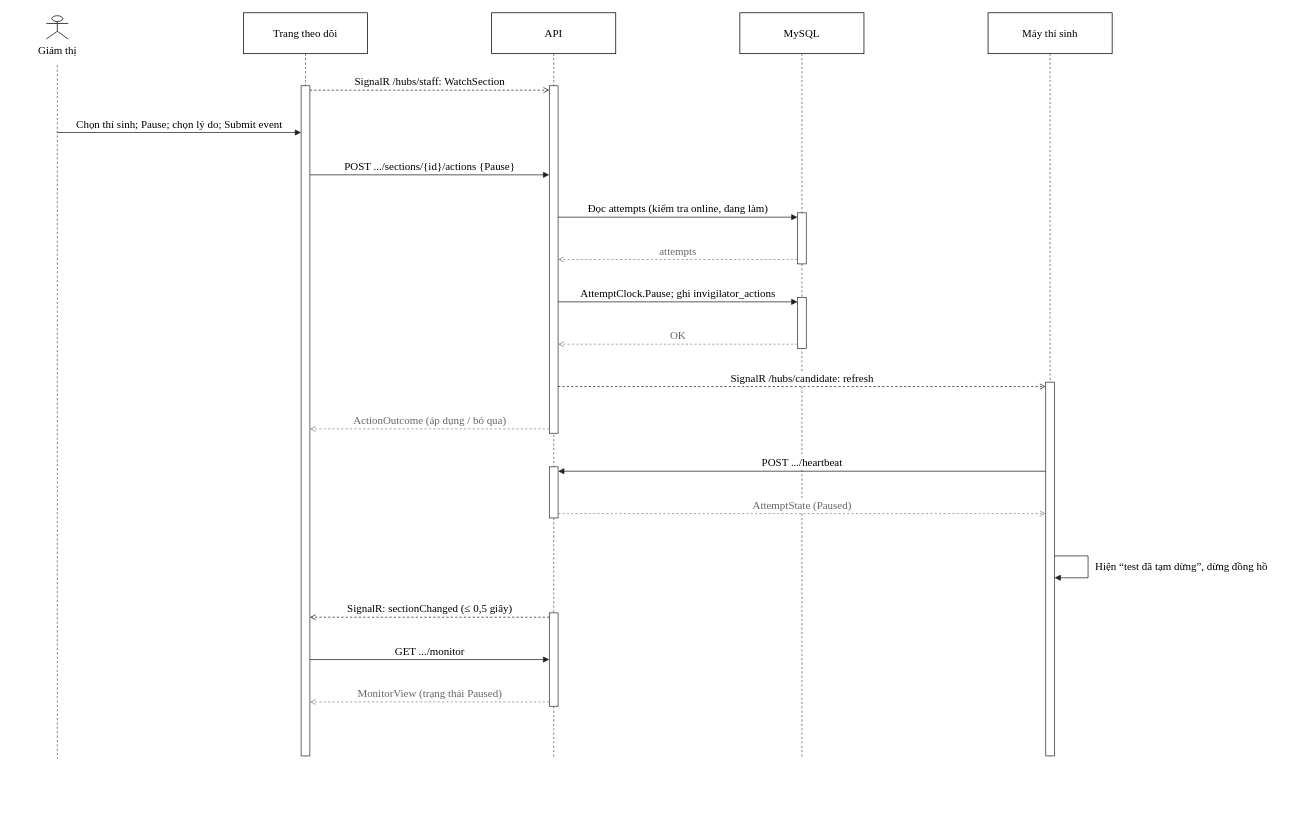
Above: thesis/diagrams/seq-invigilator-pause.drawio in trhlow/cambridge-exam-prep (draw.io), before the change. Source tidied: cells renumbered, new cells numbered last; positions are measured from the earlier drawing's top-left corner, leaving out a move shared by most shapes. Both pictures are drawn from the tidied source at 73%, with x=0, y=0 at pixel (46, 12).
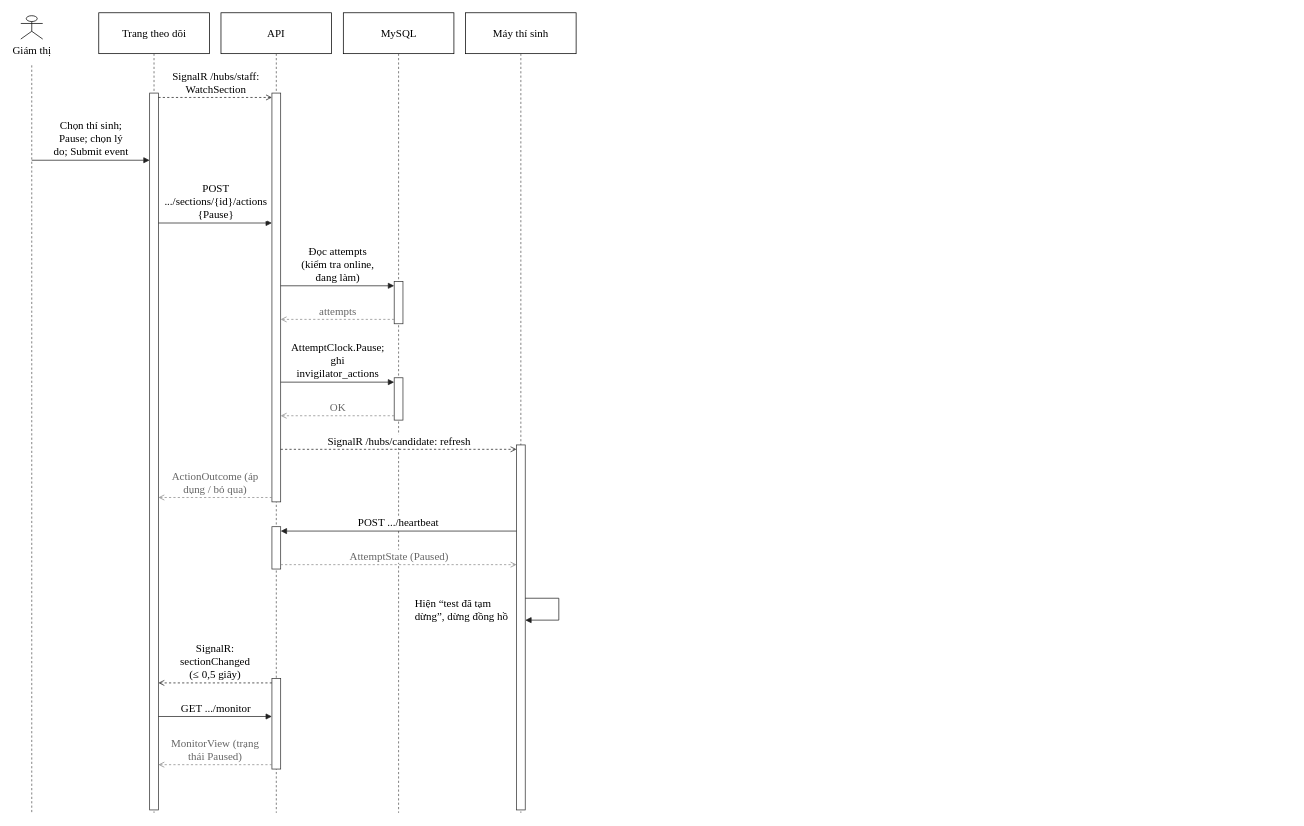
After the change.

Change to the diagram source:
```diff
@@
     <mxCell id="2" value="Giám thị" style="shape=umlActor;verticalLabelPosition=bottom;verticalAlign=top;html=1;fontFamily=Times New Roman;fontSize=15;" parent="1" vertex="1">
-      <mxGeometry y="4" width="30" height="32" as="geometry" />
+      <mxGeometry x="-35" y="4" width="30" height="32" as="geometry" />
     </mxCell>
     <mxCell id="3" style="endArrow=none;dashed=1;html=1;strokeColor=#555555;" parent="1" edge="1">
       <mxGeometry relative="1" as="geometry">
-        <mxPoint x="15" y="72" as="sourcePoint" />
-        <mxPoint x="15" y="1022" as="targetPoint" />
+        <mxPoint x="-20" y="72" as="sourcePoint" />
+        <mxPoint x="-20" y="1096" as="targetPoint" />
       </mxGeometry>
     </mxCell>
     <mxCell id="4" value="Trang theo dõi" style="rounded=0;whiteSpace=wrap;html=1;fontFamily=Times New Roman;fontSize=15;" parent="1" vertex="1">
-      <mxGeometry x="270" width="170" height="56" as="geometry" />
+      <mxGeometry x="71.8" width="151.5" height="56" as="geometry" />
     </mxCell>
     <mxCell id="5" style="endArrow=none;dashed=1;html=1;strokeColor=#555555;" parent="1" edge="1">
       <mxGeometry relative="1" as="geometry">
-        <mxPoint x="355" y="56" as="sourcePoint" />
-        <mxPoint x="355" y="1022" as="targetPoint" />
+        <mxPoint x="147.5" y="56" as="sourcePoint" />
+        <mxPoint x="147.5" y="1096" as="targetPoint" />
       </mxGeometry>
     </mxCell>
     <mxCell id="6" value="API" style="rounded=0;whiteSpace=wrap;html=1;fontFamily=Times New Roman;fontSize=15;" parent="1" vertex="1">
-      <mxGeometry x="610" width="170" height="56" as="geometry" />
+      <mxGeometry x="239.2" width="151.5" height="56" as="geometry" />
     </mxCell>
     <mxCell id="7" style="endArrow=none;dashed=1;html=1;strokeColor=#555555;" parent="1" edge="1">
       <mxGeometry relative="1" as="geometry">
-        <mxPoint x="695" y="56" as="sourcePoint" />
-        <mxPoint x="695" y="1022" as="targetPoint" />
+        <mxPoint x="315" y="56" as="sourcePoint" />
+        <mxPoint x="315" y="1096" as="targetPoint" />
       </mxGeometry>
     </mxCell>
     <mxCell id="8" value="MySQL" style="rounded=0;whiteSpace=wrap;html=1;fontFamily=Times New Roman;fontSize=15;" parent="1" vertex="1">
-      <mxGeometry x="950" width="170" height="56" as="geometry" />
+      <mxGeometry x="406.8" width="151.5" height="56" as="geometry" />
     </mxCell>
     <mxCell id="9" style="endArrow=none;dashed=1;html=1;strokeColor=#555555;" parent="1" edge="1">
       <mxGeometry relative="1" as="geometry">
-        <mxPoint x="1035" y="56" as="sourcePoint" />
-        <mxPoint x="1035" y="1022" as="targetPoint" />
+        <mxPoint x="482.5" y="56" as="sourcePoint" />
+        <mxPoint x="482.5" y="1096" as="targetPoint" />
       </mxGeometry>
     </mxCell>
     <mxCell id="10" value="Máy thí sinh" style="rounded=0;whiteSpace=wrap;html=1;fontFamily=Times New Roman;fontSize=15;" parent="1" vertex="1">
-      <mxGeometry x="1290" width="170" height="56" as="geometry" />
+      <mxGeometry x="574.2" width="151.5" height="56" as="geometry" />
     </mxCell>
     <mxCell id="11" style="endArrow=none;dashed=1;html=1;strokeColor=#555555;" parent="1" edge="1">
       <mxGeometry relative="1" as="geometry">
-        <mxPoint x="1375" y="56" as="sourcePoint" />
-        <mxPoint x="1375" y="1022" as="targetPoint" />
+        <mxPoint x="650" y="56" as="sourcePoint" />
+        <mxPoint x="650" y="1096" as="targetPoint" />
       </mxGeometry>
     </mxCell>
     <mxCell id="12" style="rounded=0;whiteSpace=wrap;html=1;fillColor=#ffffff;strokeColor=#333333;" parent="1" vertex="1">
-      <mxGeometry x="1029" y="274" width="12" height="70" as="geometry" />
+      <mxGeometry x="476.5" y="368" width="12" height="58" as="geometry" />
     </mxCell>
     <mxCell id="13" style="rounded=0;whiteSpace=wrap;html=1;fillColor=#ffffff;strokeColor=#333333;" parent="1" vertex="1">
-      <mxGeometry x="1029" y="390" width="12" height="70" as="geometry" />
+      <mxGeometry x="476.5" y="500" width="12" height="58" as="geometry" />
     </mxCell>
     <mxCell id="14" style="rounded=0;whiteSpace=wrap;html=1;fillColor=#ffffff;strokeColor=#333333;" parent="1" vertex="1">
-      <mxGeometry x="689" y="100" width="12" height="476" as="geometry" />
+      <mxGeometry x="309" y="110" width="12" height="560" as="geometry" />
     </mxCell>
     <mxCell id="15" style="rounded=0;whiteSpace=wrap;html=1;fillColor=#ffffff;strokeColor=#333333;" parent="1" vertex="1">
-      <mxGeometry x="689" y="622" width="12" height="70" as="geometry" />
+      <mxGeometry x="309" y="704" width="12" height="58" as="geometry" />
     </mxCell>
     <mxCell id="16" style="rounded=0;whiteSpace=wrap;html=1;fillColor=#ffffff;strokeColor=#333333;" parent="1" vertex="1">
-      <mxGeometry x="689" y="822" width="12" height="128" as="geometry" />
+      <mxGeometry x="309" y="912" width="12" height="124" as="geometry" />
     </mxCell>
     <mxCell id="17" style="rounded=0;whiteSpace=wrap;html=1;fillColor=#ffffff;strokeColor=#333333;" parent="1" vertex="1">
-      <mxGeometry x="349" y="100" width="12" height="918" as="geometry" />
+      <mxGeometry x="141.5" y="110" width="12" height="982" as="geometry" />
     </mxCell>
     <mxCell id="18" style="rounded=0;whiteSpace=wrap;html=1;fillColor=#ffffff;strokeColor=#333333;" parent="1" vertex="1">
-      <mxGeometry x="1369" y="506" width="12" height="512" as="geometry" />
+      <mxGeometry x="644" y="592" width="12" height="500" as="geometry" />
     </mxCell>
-    <mxCell id="19" value="SignalR /hubs/staff: WatchSection" style="endArrow=open;dashed=1;html=1;rounded=0;strokeColor=#222222;fontFamily=Times New Roman;fontSize=15;labelBackgroundColor=#ffffff;verticalAlign=bottom;" parent="1" edge="1">
+    <mxCell id="19" value="SignalR /hubs/staff:&#10;WatchSection" style="endArrow=open;dashed=1;html=1;rounded=0;strokeColor=#222222;fontFamily=Times New Roman;fontSize=15;labelBackgroundColor=#ffffff;verticalAlign=bottom;" parent="1" edge="1">
       <mxGeometry relative="1" as="geometry">
-        <mxPoint x="361" y="106" as="sourcePoint" />
-        <mxPoint x="689" y="106" as="targetPoint" />
+        <mxPoint x="153.5" y="116" as="sourcePoint" />
+        <mxPoint x="309" y="116" as="targetPoint" />
       </mxGeometry>
     </mxCell>
-    <mxCell id="20" value="Chọn thí sinh; Pause; chọn lý do; Submit event" style="endArrow=block;endFill=1;html=1;rounded=0;strokeColor=#222222;fontFamily=Times New Roman;fontSize=15;labelBackgroundColor=#ffffff;verticalAlign=bottom;" parent="1" edge="1">
+    <mxCell id="20" value="Chọn thí sinh;&#10;Pause; chọn lý&#10;do; Submit event" style="endArrow=block;endFill=1;html=1;rounded=0;strokeColor=#222222;fontFamily=Times New Roman;fontSize=15;labelBackgroundColor=#ffffff;verticalAlign=bottom;" parent="1" edge="1">
       <mxGeometry relative="1" as="geometry">
-        <mxPoint x="15" y="164" as="sourcePoint" />
-        <mxPoint x="349" y="164" as="targetPoint" />
+        <mxPoint x="-20" y="202" as="sourcePoint" />
+        <mxPoint x="141.5" y="202" as="targetPoint" />
       </mxGeometry>
     </mxCell>
-    <mxCell id="21" value="POST .../sections/{id}/actions {Pause}" style="endArrow=block;endFill=1;html=1;rounded=0;strokeColor=#222222;fontFamily=Times New Roman;fontSize=15;labelBackgroundColor=#ffffff;verticalAlign=bottom;" parent="1" edge="1">
+    <mxCell id="21" value="POST&#10;.../sections/{id}/actions&#10;{Pause}" style="endArrow=block;endFill=1;html=1;rounded=0;strokeColor=#222222;fontFamily=Times New Roman;fontSize=15;labelBackgroundColor=#ffffff;verticalAlign=bottom;" parent="1" edge="1">
       <mxGeometry relative="1" as="geometry">
-        <mxPoint x="361" y="222" as="sourcePoint" />
-        <mxPoint x="689" y="222" as="targetPoint" />
+        <mxPoint x="153.5" y="288" as="sourcePoint" />
+        <mxPoint x="309" y="288" as="targetPoint" />
       </mxGeometry>
     </mxCell>
-    <mxCell id="22" value="Đọc attempts (kiểm tra online, đang làm)" style="endArrow=block;endFill=1;html=1;rounded=0;strokeColor=#222222;fontFamily=Times New Roman;fontSize=15;labelBackgroundColor=#ffffff;verticalAlign=bottom;" parent="1" edge="1">
+    <mxCell id="22" value="Đọc attempts&#10;(kiểm tra online,&#10;đang làm)" style="endArrow=block;endFill=1;html=1;rounded=0;strokeColor=#222222;fontFamily=Times New Roman;fontSize=15;labelBackgroundColor=#ffffff;verticalAlign=bottom;" parent="1" edge="1">
       <mxGeometry relative="1" as="geometry">
-        <mxPoint x="701" y="280" as="sourcePoint" />
-        <mxPoint x="1029" y="280" as="targetPoint" />
+        <mxPoint x="321" y="374" as="sourcePoint" />
+        <mxPoint x="476.5" y="374" as="targetPoint" />
       </mxGeometry>
     </mxCell>
     <mxCell id="23" value="attempts" style="endArrow=open;dashed=1;html=1;rounded=0;strokeColor=#888888;fontColor=#666666;fontFamily=Times New Roman;fontSize=15;labelBackgroundColor=#ffffff;verticalAlign=bottom;" parent="1" edge="1">
       <mxGeometry relative="1" as="geometry">
-        <mxPoint x="1029" y="338" as="sourcePoint" />
-        <mxPoint x="701" y="338" as="targetPoint" />
+        <mxPoint x="476.5" y="420" as="sourcePoint" />
+        <mxPoint x="321" y="420" as="targetPoint" />
       </mxGeometry>
     </mxCell>
-    <mxCell id="24" value="AttemptClock.Pause; ghi invigilator_actions" style="endArrow=block;endFill=1;html=1;rounded=0;strokeColor=#222222;fontFamily=Times New Roman;fontSize=15;labelBackgroundColor=#ffffff;verticalAlign=bottom;" parent="1" edge="1">
+    <mxCell id="24" value="AttemptClock.Pause;&#10;ghi&#10;invigilator_actions" style="endArrow=block;endFill=1;html=1;rounded=0;strokeColor=#222222;fontFamily=Times New Roman;fontSize=15;labelBackgroundColor=#ffffff;verticalAlign=bottom;" parent="1" edge="1">
       <mxGeometry relative="1" as="geometry">
-        <mxPoint x="701" y="396" as="sourcePoint" />
-        <mxPoint x="1029" y="396" as="targetPoint" />
+        <mxPoint x="321" y="506" as="sourcePoint" />
+        <mxPoint x="476.5" y="506" as="targetPoint" />
       </mxGeometry>
     </mxCell>
     <mxCell id="25" value="OK" style="endArrow=open;dashed=1;html=1;rounded=0;strokeColor=#888888;fontColor=#666666;fontFamily=Times New Roman;fontSize=15;labelBackgroundColor=#ffffff;verticalAlign=bottom;" parent="1" edge="1">
       <mxGeometry relative="1" as="geometry">
-        <mxPoint x="1029" y="454" as="sourcePoint" />
-        <mxPoint x="701" y="454" as="targetPoint" />
+        <mxPoint x="476.5" y="552" as="sourcePoint" />
+        <mxPoint x="321" y="552" as="targetPoint" />
       </mxGeometry>
     </mxCell>
     <mxCell id="26" value="SignalR /hubs/candidate: refresh" style="endArrow=open;dashed=1;html=1;rounded=0;strokeColor=#222222;fontFamily=Times New Roman;fontSize=15;labelBackgroundColor=#ffffff;verticalAlign=bottom;" parent="1" edge="1">
       <mxGeometry relative="1" as="geometry">
-        <mxPoint x="701" y="512" as="sourcePoint" />
-        <mxPoint x="1369" y="512" as="targetPoint" />
+        <mxPoint x="321" y="598" as="sourcePoint" />
+        <mxPoint x="644" y="598" as="targetPoint" />
       </mxGeometry>
     </mxCell>
-    <mxCell id="27" value="ActionOutcome (áp dụng / bỏ qua)" style="endArrow=open;dashed=1;html=1;rounded=0;strokeColor=#888888;fontColor=#666666;fontFamily=Times New Roman;fontSize=15;labelBackgroundColor=#ffffff;verticalAlign=bottom;" parent="1" edge="1">
+    <mxCell id="27" value="ActionOutcome (áp&#10;dụng / bỏ qua)" style="endArrow=open;dashed=1;html=1;rounded=0;strokeColor=#888888;fontColor=#666666;fontFamily=Times New Roman;fontSize=15;labelBackgroundColor=#ffffff;verticalAlign=bottom;" parent="1" edge="1">
       <mxGeometry relative="1" as="geometry">
-        <mxPoint x="689" y="570" as="sourcePoint" />
-        <mxPoint x="361" y="570" as="targetPoint" />
+        <mxPoint x="309" y="664" as="sourcePoint" />
+        <mxPoint x="153.5" y="664" as="targetPoint" />
       </mxGeometry>
     </mxCell>
     <mxCell id="28" value="POST .../heartbeat" style="endArrow=block;endFill=1;html=1;rounded=0;strokeColor=#222222;fontFamily=Times New Roman;fontSize=15;labelBackgroundColor=#ffffff;verticalAlign=bottom;" parent="1" edge="1">
       <mxGeometry relative="1" as="geometry">
-        <mxPoint x="1369" y="628" as="sourcePoint" />
-        <mxPoint x="701" y="628" as="targetPoint" />
+        <mxPoint x="644" y="710" as="sourcePoint" />
+        <mxPoint x="321" y="710" as="targetPoint" />
       </mxGeometry>
     </mxCell>
     <mxCell id="29" value="AttemptState (Paused)" style="endArrow=open;dashed=1;html=1;rounded=0;strokeColor=#888888;fontColor=#666666;fontFamily=Times New Roman;fontSize=15;labelBackgroundColor=#ffffff;verticalAlign=bottom;" parent="1" edge="1">
       <mxGeometry relative="1" as="geometry">
-        <mxPoint x="701" y="686" as="sourcePoint" />
-        <mxPoint x="1369" y="686" as="targetPoint" />
+        <mxPoint x="321" y="756" as="sourcePoint" />
+        <mxPoint x="644" y="756" as="targetPoint" />
       </mxGeometry>
     </mxCell>
     <mxCell id="30" style="endArrow=block;endFill=1;html=1;rounded=0;strokeColor=#222222;fontFamily=Times New Roman;fontSize=15;labelBackgroundColor=#ffffff;verticalAlign=bottom;" parent="1" edge="1">
       <mxGeometry relative="1" as="geometry">
-        <mxPoint x="1381" y="744" as="sourcePoint" />
-        <mxPoint x="1381" y="774" as="targetPoint" />
+        <mxPoint x="656" y="802" as="sourcePoint" />
+        <mxPoint x="656" y="832" as="targetPoint" />
         <Array as="points">
-          <mxPoint x="1427" y="744" />
-          <mxPoint x="1427" y="774" />
+          <mxPoint x="702" y="802" />
+          <mxPoint x="702" y="832" />
         </Array>
       </mxGeometry>
     </mxCell>
-    <mxCell id="31" value="Hiện “test đã tạm dừng”, dừng đồng hồ" style="text;html=1;whiteSpace=wrap;align=left;verticalAlign=middle;fontFamily=Times New Roman;fontSize=15;" parent="1" vertex="1">
-      <mxGeometry x="1435" y="738" width="270" height="40" as="geometry" />
+    <mxCell id="31" value="Hiện “test đã tạm&#10;dừng”, dừng đồng hồ" style="text;html=1;whiteSpace=wrap;align=left;verticalAlign=middle;fontFamily=Times New Roman;fontSize=15;" parent="1" vertex="1">
+      <mxGeometry x="502.5" y="793" width="133.5" height="48" as="geometry" />
     </mxCell>
-    <mxCell id="32" value="SignalR: sectionChanged (≤ 0,5 giây)" style="endArrow=open;dashed=1;html=1;rounded=0;strokeColor=#222222;fontFamily=Times New Roman;fontSize=15;labelBackgroundColor=#ffffff;verticalAlign=bottom;" parent="1" edge="1">
+    <mxCell id="32" value="SignalR:&#10;sectionChanged&#10;(≤ 0,5 giây)" style="endArrow=open;dashed=1;html=1;rounded=0;strokeColor=#222222;fontFamily=Times New Roman;fontSize=15;labelBackgroundColor=#ffffff;verticalAlign=bottom;" parent="1" edge="1">
       <mxGeometry relative="1" as="geometry">
-        <mxPoint x="689" y="828" as="sourcePoint" />
-        <mxPoint x="361" y="828" as="targetPoint" />
+        <mxPoint x="309" y="918" as="sourcePoint" />
+        <mxPoint x="153.5" y="918" as="targetPoint" />
       </mxGeometry>
     </mxCell>
     <mxCell id="33" value="GET .../monitor" style="endArrow=block;endFill=1;html=1;rounded=0;strokeColor=#222222;fontFamily=Times New Roman;fontSize=15;labelBackgroundColor=#ffffff;verticalAlign=bottom;" parent="1" edge="1">
       <mxGeometry relative="1" as="geometry">
-        <mxPoint x="361" y="886" as="sourcePoint" />
-        <mxPoint x="689" y="886" as="targetPoint" />
+        <mxPoint x="153.5" y="964" as="sourcePoint" />
+        <mxPoint x="309" y="964" as="targetPoint" />
       </mxGeometry>
     </mxCell>
-    <mxCell id="34" value="MonitorView (trạng thái Paused)" style="endArrow=open;dashed=1;html=1;rounded=0;strokeColor=#888888;fontColor=#666666;fontFamily=Times New Roman;fontSize=15;labelBackgroundColor=#ffffff;verticalAlign=bottom;" parent="1" edge="1">
+    <mxCell id="34" value="MonitorView (trạng&#10;thái Paused)" style="endArrow=open;dashed=1;html=1;rounded=0;strokeColor=#888888;fontColor=#666666;fontFamily=Times New Roman;fontSize=15;labelBackgroundColor=#ffffff;verticalAlign=bottom;" parent="1" edge="1">
       <mxGeometry relative="1" as="geometry">
-        <mxPoint x="689" y="944" as="sourcePoint" />
-        <mxPoint x="361" y="944" as="targetPoint" />
+        <mxPoint x="309" y="1030" as="sourcePoint" />
+        <mxPoint x="153.5" y="1030" as="targetPoint" />
       </mxGeometry>
     </mxCell>
```
